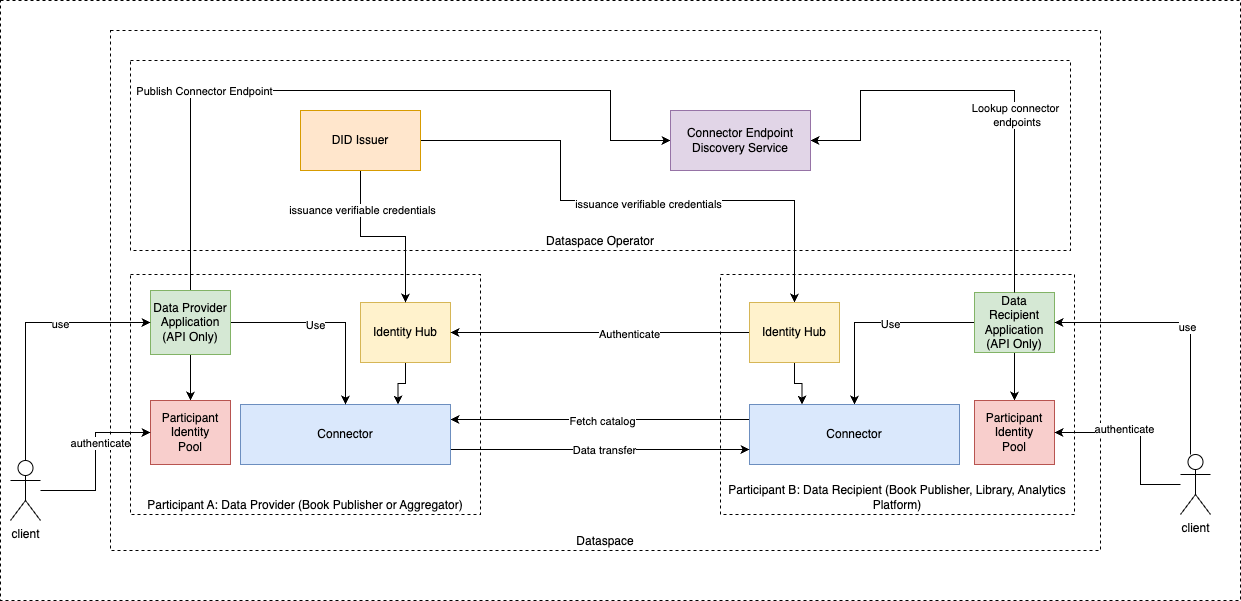
Before: docs/PoC-Proposal-architecture.png, a diagram exported from draw.io (OAEBUDT/oaebudt-dataspace). Source tidied: cells renumbered, new cells last; positions are measured from the earlier drawing's top-left corner, leaving out a move shared by most shapes.
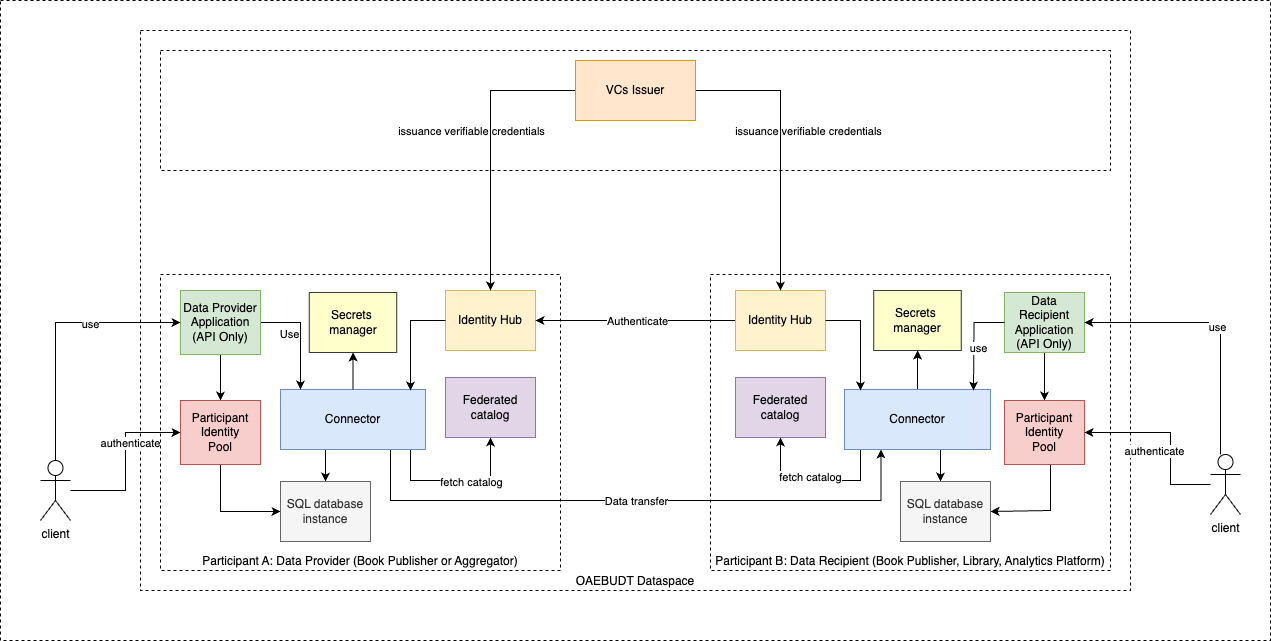
Later version of the same file.

Commit message:
docs: Add details to the proposal arch and remove details from the deployment arch.

Change to the diagram source:
```diff
@@ -3,144 +3,139 @@
     <mxCell id="0" />
     <mxCell id="1" parent="0" />
     <mxCell id="2" style="rounded=0;whiteSpace=wrap;html=1;dashed=1;" parent="1" vertex="1">
-      <mxGeometry width="1240" height="600" as="geometry" />
+      <mxGeometry x="-30" width="1270" height="640" as="geometry" />
     </mxCell>
-    <mxCell id="3" value="Dataspace" style="rounded=0;whiteSpace=wrap;html=1;verticalAlign=bottom;dashed=1;" parent="1" vertex="1">
-      <mxGeometry x="110" y="30" width="990" height="520" as="geometry" />
+    <mxCell id="3" value="OAEBUDT Dataspace" style="rounded=0;whiteSpace=wrap;html=1;verticalAlign=bottom;dashed=1;" parent="1" vertex="1">
+      <mxGeometry x="110" y="30" width="990" height="560" as="geometry" />
     </mxCell>
     <mxCell id="4" value="Participant B: Data Recipient (Book Publisher, Library, Analytics Platform)" style="rounded=0;whiteSpace=wrap;html=1;verticalAlign=bottom;dashed=1;" parent="1" vertex="1">
-      <mxGeometry x="720" y="274" width="354" height="240" as="geometry" />
+      <mxGeometry x="680" y="274" width="400" height="296" as="geometry" />
     </mxCell>
     <mxCell id="5" value="Participant A: Data Provider (Book Publisher or Aggregator)" style="rounded=0;whiteSpace=wrap;html=1;verticalAlign=bottom;dashed=1;" parent="1" vertex="1">
-      <mxGeometry x="130" y="274" width="350" height="240" as="geometry" />
+      <mxGeometry x="130" y="274" width="400" height="296" as="geometry" />
     </mxCell>
-    <mxCell id="6" value="Dataspace Operator" style="rounded=0;whiteSpace=wrap;html=1;verticalAlign=bottom;dashed=1;" parent="1" vertex="1">
-      <mxGeometry x="130" y="60" width="940" height="190" as="geometry" />
-    </mxCell>
-    <mxCell id="7" style="edgeStyle=orthogonalEdgeStyle;rounded=0;jettySize=auto;html=1;entryX=0.5;entryY=0;entryDx=0;entryDy=0;exitX=0;exitY=0.5;exitDx=0;exitDy=0;" parent="1" edge="1" source="12" target="15">
-      <mxGeometry relative="1" as="geometry" />
-    </mxCell>
-    <mxCell id="8" value="Use" style="edgeLabel;html=1;align=center;verticalAlign=middle;" parent="7" vertex="1">
-      <mxGeometry x="-0.16" y="1" relative="1" as="geometry" />
-    </mxCell>
-    <mxCell id="9" style="edgeStyle=orthogonalEdgeStyle;rounded=0;jettySize=auto;html=1;entryX=0;entryY=0.5;entryDx=0;entryDy=0;exitX=0.5;exitY=0;exitDx=0;exitDy=0;" parent="1" edge="1" source="24" target="27">
-      <mxGeometry relative="1" as="geometry">
-        <Array as="points">
-          <mxPoint x="190" y="90" />
-          <mxPoint x="610" y="90" />
-          <mxPoint x="610" y="140" />
-        </Array>
-      </mxGeometry>
-    </mxCell>
-    <mxCell id="10" value="Publish Connector Endpoint" style="edgeLabel;html=1;align=center;verticalAlign=middle;" parent="9" vertex="1">
-      <mxGeometry x="-0.15" y="-1" relative="1" as="geometry">
-        <mxPoint x="-97" y="-1" as="offset" />
-      </mxGeometry>
-    </mxCell>
     <mxCell id="11" style="edgeStyle=orthogonalEdgeStyle;rounded=0;jettySize=auto;html=1;" parent="1" edge="1" source="12" target="26">
       <mxGeometry relative="1" as="geometry" />
     </mxCell>
     <mxCell id="12" value="Data Recipient Application&lt;br&gt;(API Only)" style="rounded=0;whiteSpace=wrap;html=1;fillColor=#d5e8d4;strokeColor=#82b366;" parent="1" vertex="1">
       <mxGeometry x="974" y="292" width="80" height="60" as="geometry" />
     </mxCell>
-    <mxCell id="13" style="edgeStyle=orthogonalEdgeStyle;rounded=0;jettySize=auto;html=1;exitX=0;exitY=0.25;exitDx=0;exitDy=0;entryX=1;entryY=0.25;entryDx=0;entryDy=0;" parent="1" edge="1" source="15" target="18">
-      <mxGeometry relative="1" as="geometry" />
-    </mxCell>
-    <mxCell id="14" value="Fetch catalog" style="edgeLabel;html=1;align=center;verticalAlign=middle;" parent="13" vertex="1">
-      <mxGeometry x="0.09" y="4" relative="1" as="geometry">
-        <mxPoint x="14" y="-3" as="offset" />
-      </mxGeometry>
-    </mxCell>
+    <mxCell id="49" style="edgeStyle=orthogonalEdgeStyle;rounded=0;jettySize=auto;html=1;" parent="1" edge="1" source="15" target="62">
+      <mxGeometry relative="1" as="geometry">
+        <Array as="points">
+          <mxPoint x="910" y="470" />
+          <mxPoint x="910" y="470" />
+        </Array>
+      </mxGeometry>
+    </mxCell>
+    <mxCell id="50" style="edgeStyle=orthogonalEdgeStyle;rounded=0;jettySize=auto;html=1;" parent="1" edge="1" source="15" target="60">
+      <mxGeometry relative="1" as="geometry">
+        <Array as="points">
+          <mxPoint x="830" y="480" />
+          <mxPoint x="750" y="480" />
+        </Array>
+      </mxGeometry>
+    </mxCell>
+    <mxCell id="51" value="fetch catalog" style="edgeLabel;html=1;align=center;verticalAlign=middle;" parent="50" vertex="1">
+      <mxGeometry x="0.5" y="-1" relative="1" as="geometry">
+        <mxPoint x="28" as="offset" />
+      </mxGeometry>
+    </mxCell>
+    <mxCell id="52" style="edgeStyle=orthogonalEdgeStyle;rounded=0;jettySize=auto;html=1;" parent="1" edge="1" source="15" target="65">
+      <mxGeometry relative="1" as="geometry" />
+    </mxCell>
     <mxCell id="15" value="Connector" style="rounded=0;whiteSpace=wrap;html=1;fillColor=#dae8fc;strokeColor=#6c8ebf;" parent="1" vertex="1">
-      <mxGeometry x="749" y="404" width="210" height="60" as="geometry" />
+      <mxGeometry x="814" y="389" width="146" height="60" as="geometry" />
     </mxCell>
-    <mxCell id="16" style="edgeStyle=orthogonalEdgeStyle;rounded=0;jettySize=auto;html=1;entryX=0;entryY=0.75;entryDx=0;entryDy=0;exitX=1;exitY=0.75;exitDx=0;exitDy=0;" parent="1" edge="1" source="18" target="15">
-      <mxGeometry relative="1" as="geometry" />
+    <mxCell id="16" style="edgeStyle=orthogonalEdgeStyle;rounded=0;jettySize=auto;html=1;entryX=0.25;entryY=1;entryDx=0;entryDy=0;exitX=0.5;exitY=1;exitDx=0;exitDy=0;" parent="1" edge="1" source="18" target="15">
+      <mxGeometry relative="1" as="geometry">
+        <Array as="points">
+          <mxPoint x="360" y="424" />
+          <mxPoint x="360" y="500" />
+          <mxPoint x="851" y="500" />
+          <mxPoint x="851" y="470" />
+        </Array>
+      </mxGeometry>
     </mxCell>
     <mxCell id="17" value="Data transfer" style="edgeLabel;html=1;align=center;verticalAlign=middle;" parent="16" vertex="1">
       <mxGeometry x="-0.14" y="1" relative="1" as="geometry">
-        <mxPoint x="25" y="1" as="offset" />
+        <mxPoint x="93" y="1" as="offset" />
       </mxGeometry>
     </mxCell>
+    <mxCell id="53" style="edgeStyle=orthogonalEdgeStyle;rounded=0;jettySize=auto;html=1;entryX=0.5;entryY=1;entryDx=0;entryDy=0;" parent="1" edge="1" source="18" target="59">
+      <mxGeometry relative="1" as="geometry">
+        <Array as="points">
+          <mxPoint x="380" y="480" />
+          <mxPoint x="460" y="480" />
+        </Array>
+      </mxGeometry>
+    </mxCell>
+    <mxCell id="54" value="fetch catalog" style="edgeLabel;html=1;align=center;verticalAlign=middle;" parent="53" vertex="1">
+      <mxGeometry x="0.18" y="-1" relative="1" as="geometry" />
+    </mxCell>
+    <mxCell id="55" style="edgeStyle=orthogonalEdgeStyle;rounded=0;jettySize=auto;html=1;entryX=0.5;entryY=0;entryDx=0;entryDy=0;" parent="1" edge="1" source="18" target="61">
+      <mxGeometry relative="1" as="geometry">
+        <Array as="points">
+          <mxPoint x="295" y="430" />
+          <mxPoint x="295" y="430" />
+        </Array>
+      </mxGeometry>
+    </mxCell>
     <mxCell id="18" value="Connector" style="rounded=0;whiteSpace=wrap;html=1;fillColor=#dae8fc;strokeColor=#6c8ebf;" parent="1" vertex="1">
-      <mxGeometry x="240" y="404" width="210" height="60" as="geometry" />
+      <mxGeometry x="250" y="389" width="145" height="60" as="geometry" />
     </mxCell>
     <mxCell id="19" style="edgeStyle=orthogonalEdgeStyle;rounded=0;jettySize=auto;html=1;" parent="1" edge="1" source="24" target="18">
-      <mxGeometry relative="1" as="geometry" />
+      <mxGeometry relative="1" as="geometry">
+        <Array as="points">
+          <mxPoint x="270" y="322" />
+        </Array>
+      </mxGeometry>
     </mxCell>
     <mxCell id="20" value="Use" style="edgeLabel;html=1;align=center;verticalAlign=middle;" parent="19" vertex="1">
       <mxGeometry x="-0.05" y="-2" relative="1" as="geometry">
         <mxPoint x="-10" as="offset" />
       </mxGeometry>
     </mxCell>
-    <mxCell id="21" style="edgeStyle=orthogonalEdgeStyle;rounded=0;jettySize=auto;html=1;entryX=1;entryY=0.5;entryDx=0;entryDy=0;exitX=0.5;exitY=0;exitDx=0;exitDy=0;" parent="1" edge="1" source="12" target="27">
-      <mxGeometry relative="1" as="geometry">
-        <Array as="points">
-          <mxPoint x="1014" y="90" />
-          <mxPoint x="860" y="90" />
-          <mxPoint x="860" y="140" />
-        </Array>
-      </mxGeometry>
-    </mxCell>
-    <mxCell id="22" value="Lookup connector&lt;br&gt;&amp;nbsp;endpoints" style="edgeLabel;html=1;align=center;verticalAlign=middle;" parent="21" vertex="1">
-      <mxGeometry x="-0.39" y="1" relative="1" as="geometry">
-        <mxPoint x="1" y="-39" as="offset" />
-      </mxGeometry>
-    </mxCell>
     <mxCell id="23" style="edgeStyle=orthogonalEdgeStyle;rounded=0;jettySize=auto;html=1;entryX=0.5;entryY=0;entryDx=0;entryDy=0;" parent="1" edge="1" source="24" target="25">
       <mxGeometry relative="1" as="geometry" />
     </mxCell>
     <mxCell id="24" value="Data Provider Application&lt;br&gt;(API Only)" style="rounded=0;whiteSpace=wrap;html=1;fillColor=#d5e8d4;strokeColor=#82b366;" parent="1" vertex="1">
       <mxGeometry x="150" y="290" width="80" height="64" as="geometry" />
     </mxCell>
+    <mxCell id="56" style="edgeStyle=orthogonalEdgeStyle;rounded=0;jettySize=auto;html=1;" parent="1" edge="1" source="25" target="61">
+      <mxGeometry relative="1" as="geometry">
+        <Array as="points">
+          <mxPoint x="190" y="511" />
+        </Array>
+      </mxGeometry>
+    </mxCell>
     <mxCell id="25" value="Participant&lt;br&gt;Identity&lt;br&gt;Pool" style="rounded=0;whiteSpace=wrap;html=1;fillColor=#f8cecc;strokeColor=#b85450;" parent="1" vertex="1">
       <mxGeometry x="150" y="400" width="80" height="64" as="geometry" />
     </mxCell>
+    <mxCell id="57" style="edgeStyle=orthogonalEdgeStyle;rounded=0;jettySize=auto;html=1;entryX=1;entryY=0.5;entryDx=0;entryDy=0;" parent="1" edge="1" source="26" target="62">
+      <mxGeometry relative="1" as="geometry">
+        <Array as="points">
+          <mxPoint x="1020" y="510" />
+        </Array>
+      </mxGeometry>
+    </mxCell>
     <mxCell id="26" value="Participant&lt;br&gt;Identity&lt;br&gt;Pool" style="rounded=0;whiteSpace=wrap;html=1;fillColor=#f8cecc;strokeColor=#b85450;" parent="1" vertex="1">
       <mxGeometry x="974" y="400" width="80" height="64" as="geometry" />
     </mxCell>
-    <mxCell id="27" value="Connector Endpoint Discovery Service" style="rounded=0;whiteSpace=wrap;html=1;fillColor=#e1d5e7;strokeColor=#9673a6;" parent="1" vertex="1">
-      <mxGeometry x="670" y="110" width="140" height="60" as="geometry" />
-    </mxCell>
-    <mxCell id="28" style="edgeStyle=orthogonalEdgeStyle;rounded=0;jettySize=auto;html=1;entryX=0.75;entryY=0;entryDx=0;entryDy=0;" parent="1" edge="1" source="29" target="18">
-      <mxGeometry relative="1" as="geometry" />
-    </mxCell>
     <mxCell id="29" value="Identity Hub" style="rounded=0;whiteSpace=wrap;html=1;fillColor=#fff2cc;strokeColor=#d6b656;" parent="1" vertex="1">
-      <mxGeometry x="360" y="302" width="90" height="60" as="geometry" />
+      <mxGeometry x="415" y="290" width="90" height="60" as="geometry" />
     </mxCell>
     <mxCell id="30" style="edgeStyle=orthogonalEdgeStyle;rounded=0;jettySize=auto;html=1;" parent="1" edge="1" source="35" target="29">
       <mxGeometry relative="1" as="geometry" />
     </mxCell>
     <mxCell id="31" value="Authenticate" style="edgeLabel;html=1;align=center;verticalAlign=middle;" parent="30" vertex="1">
-      <mxGeometry x="-0.19" y="1" relative="1" as="geometry" />
+      <mxGeometry x="-0.19" y="1" relative="1" as="geometry">
+        <mxPoint x="-18" y="-1" as="offset" />
+      </mxGeometry>
     </mxCell>
-    <mxCell id="32" style="edgeStyle=orthogonalEdgeStyle;rounded=0;jettySize=auto;html=1;entryX=0.25;entryY=0;entryDx=0;entryDy=0;" parent="1" edge="1" source="35" target="15">
-      <mxGeometry relative="1" as="geometry" />
-    </mxCell>
-    <mxCell id="33" style="edgeStyle=orthogonalEdgeStyle;rounded=0;jettySize=auto;html=1;entryX=1;entryY=0.5;entryDx=0;entryDy=0;startArrow=classic;startFill=1;endArrow=none;" parent="1" edge="1" source="35" target="38">
-      <mxGeometry relative="1" as="geometry">
-        <Array as="points">
-          <mxPoint x="794" y="200" />
-          <mxPoint x="560" y="200" />
-          <mxPoint x="560" y="140" />
-        </Array>
-      </mxGeometry>
-    </mxCell>
-    <mxCell id="34" value="issuance&amp;nbsp;verifiable credentials" style="edgeLabel;html=1;align=center;verticalAlign=middle;" parent="33" vertex="1">
-      <mxGeometry x="-0.07" y="3" relative="1" as="geometry" />
-    </mxCell>
     <mxCell id="35" value="Identity Hub" style="rounded=0;whiteSpace=wrap;html=1;fillColor=#fff2cc;strokeColor=#d6b656;" parent="1" vertex="1">
-      <mxGeometry x="749" y="302" width="90" height="60" as="geometry" />
+      <mxGeometry x="705" y="290" width="90" height="60" as="geometry" />
     </mxCell>
-    <mxCell id="36" style="edgeStyle=orthogonalEdgeStyle;rounded=0;jettySize=auto;html=1;entryX=0.5;entryY=0;entryDx=0;entryDy=0;" parent="1" edge="1" source="38" target="29">
-      <mxGeometry relative="1" as="geometry" />
-    </mxCell>
-    <mxCell id="37" value="issuance&amp;nbsp;verifiable credentials" style="edgeLabel;html=1;align=center;verticalAlign=middle;" parent="36" vertex="1">
-      <mxGeometry x="-0.56" y="1" relative="1" as="geometry" />
-    </mxCell>
-    <mxCell id="38" value="DID Issuer" style="rounded=0;whiteSpace=wrap;html=1;fillColor=#ffe6cc;strokeColor=#d79b00;" parent="1" vertex="1">
-      <mxGeometry x="300" y="110" width="120" height="60" as="geometry" />
-    </mxCell>
     <mxCell id="39" style="edgeStyle=orthogonalEdgeStyle;rounded=0;jettySize=auto;html=1;entryX=0;entryY=0.5;entryDx=0;entryDy=0;" parent="1" edge="1" source="41" target="24">
       <mxGeometry relative="1" as="geometry">
         <Array as="points">
@@ -173,6 +168,9 @@
     <mxCell id="46" value="client" style="shape=umlActor;verticalLabelPosition=bottom;verticalAlign=top;html=1;outlineConnect=0;" parent="1" vertex="1">
       <mxGeometry x="1180" y="454" width="30" height="60" as="geometry" />
     </mxCell>
+    <mxCell id="58" style="rounded=0;whiteSpace=wrap;html=1;dashed=1;" parent="1" vertex="1">
+      <mxGeometry x="130" y="50" width="950" height="120" as="geometry" />
+    </mxCell>
     <mxCell id="47" style="edgeStyle=orthogonalEdgeStyle;rounded=0;jettySize=auto;html=1;entryX=1;entryY=0.5;entryDx=0;entryDy=0;" parent="1" edge="1" source="46" target="26">
       <mxGeometry relative="1" as="geometry">
         <Array as="points">
@@ -182,7 +180,65 @@
       </mxGeometry>
     </mxCell>
     <mxCell id="48" value="authenticate" style="edgeLabel;html=1;align=center;verticalAlign=middle;" parent="47" vertex="1">
-      <mxGeometry x="0.23" y="-4" relative="1" as="geometry" />
+      <mxGeometry x="0.23" y="-4" relative="1" as="geometry">
+        <mxPoint y="22" as="offset" />
+      </mxGeometry>
     </mxCell>
+    <mxCell id="59" value="&lt;span style=&quot;text-wrap-mode: nowrap;&quot;&gt;Federated&lt;/span&gt;&lt;div&gt;&lt;span style=&quot;text-wrap-mode: nowrap;&quot;&gt;catalog&lt;/span&gt;&lt;/div&gt;" style="rounded=0;whiteSpace=wrap;html=1;fillColor=#e1d5e7;strokeColor=#9673a6;" parent="1" vertex="1">
+      <mxGeometry x="415" y="377" width="90" height="60" as="geometry" />
+    </mxCell>
+    <mxCell id="37" value="issuance&amp;nbsp;verifiable credentials" style="edgeLabel;html=1;align=center;verticalAlign=middle;" parent="1" vertex="1">
+      <mxGeometry x="777" y="130" as="geometry" />
+    </mxCell>
+    <mxCell id="33" style="edgeStyle=orthogonalEdgeStyle;rounded=0;jettySize=auto;html=1;entryX=1;entryY=0.5;entryDx=0;entryDy=0;startArrow=classic;startFill=1;endArrow=none;" parent="1" edge="1" source="35" target="38">
+      <mxGeometry relative="1" as="geometry">
+        <Array as="points">
+          <mxPoint x="750" y="90" />
+        </Array>
+      </mxGeometry>
+    </mxCell>
+    <mxCell id="34" value="issuance&amp;nbsp;verifiable credentials" style="edgeLabel;html=1;align=center;verticalAlign=middle;" parent="33" vertex="1">
+      <mxGeometry x="-0.07" y="3" relative="1" as="geometry">
+        <mxPoint x="-307" y="-28" as="offset" />
+      </mxGeometry>
+    </mxCell>
+    <mxCell id="36" style="edgeStyle=orthogonalEdgeStyle;rounded=0;jettySize=auto;html=1;entryX=0.5;entryY=0;entryDx=0;entryDy=0;" parent="1" edge="1" source="38" target="29">
+      <mxGeometry relative="1" as="geometry" />
+    </mxCell>
+    <mxCell id="38" value="VCs Issuer" style="rounded=0;whiteSpace=wrap;html=1;fillColor=#ffe6cc;strokeColor=#d79b00;" parent="1" vertex="1">
+      <mxGeometry x="545" y="60" width="120" height="60" as="geometry" />
+    </mxCell>
+    <mxCell id="60" value="&lt;span style=&quot;text-wrap-mode: nowrap;&quot;&gt;Federated&lt;/span&gt;&lt;div&gt;&lt;span style=&quot;text-wrap-mode: nowrap;&quot;&gt;catalog&lt;/span&gt;&lt;/div&gt;" style="rounded=0;whiteSpace=wrap;html=1;fillColor=#e1d5e7;strokeColor=#9673a6;" parent="1" vertex="1">
+      <mxGeometry x="705" y="377" width="90" height="60" as="geometry" />
+    </mxCell>
+    <mxCell id="61" value="SQL database&lt;div&gt;instance&lt;/div&gt;" style="rounded=0;whiteSpace=wrap;html=1;fillColor=#f5f5f5;fontColor=#333333;strokeColor=#666666;" parent="1" vertex="1">
+      <mxGeometry x="250" y="481" width="90" height="60" as="geometry" />
+    </mxCell>
+    <mxCell id="62" value="SQL database&lt;div&gt;instance&lt;/div&gt;" style="rounded=0;whiteSpace=wrap;html=1;fillColor=#f5f5f5;fontColor=#333333;strokeColor=#666666;" parent="1" vertex="1">
+      <mxGeometry x="870" y="481" width="90" height="60" as="geometry" />
+    </mxCell>
+    <mxCell id="63" style="edgeStyle=orthogonalEdgeStyle;rounded=0;jettySize=auto;html=1;entryX=0.5;entryY=0;entryDx=0;entryDy=0;startArrow=classic;startFill=1;endArrow=none;" parent="1" edge="1" source="64" target="18">
+      <mxGeometry relative="1" as="geometry" />
+    </mxCell>
+    <mxCell id="64" value="Secrets&amp;nbsp;&lt;div&gt;manager&lt;/div&gt;" style="rounded=0;whiteSpace=wrap;html=1;fillColor=#FFFFCC;strokeColor=#36393d;" parent="1" vertex="1">
+      <mxGeometry x="278.8" y="292" width="87.5" height="60" as="geometry" />
+    </mxCell>
+    <mxCell id="28" style="edgeStyle=orthogonalEdgeStyle;rounded=0;jettySize=auto;html=1;entryX=0.897;entryY=0.017;entryDx=0;entryDy=0;entryPerimeter=0;" parent="1" edge="1" source="29" target="18">
+      <mxGeometry relative="1" as="geometry" />
+    </mxCell>
+    <mxCell id="65" value="Secrets&amp;nbsp;&lt;div&gt;manager&lt;/div&gt;" style="rounded=0;whiteSpace=wrap;html=1;fillColor=#FFFFCC;strokeColor=#36393d;" parent="1" vertex="1">
+      <mxGeometry x="843.2" y="290" width="87.5" height="60" as="geometry" />
+    </mxCell>
+    <mxCell id="66" style="edgeStyle=orthogonalEdgeStyle;rounded=0;jettySize=auto;html=1;" parent="1" edge="1" source="12">
+      <mxGeometry relative="1" as="geometry">
+        <mxPoint x="943" y="390" as="targetPoint" />
+      </mxGeometry>
+    </mxCell>
+    <mxCell id="67" value="use" style="edgeLabel;html=1;align=center;verticalAlign=middle;" parent="66" vertex="1">
+      <mxGeometry x="0.14" y="4" relative="1" as="geometry" />
+    </mxCell>
+    <mxCell id="32" style="edgeStyle=orthogonalEdgeStyle;rounded=0;jettySize=auto;html=1;entryX=0.11;entryY=0.017;entryDx=0;entryDy=0;entryPerimeter=0;" parent="1" edge="1" source="35" target="15">
+      <mxGeometry relative="1" as="geometry" />
+    </mxCell>
   </root>
 </mxGraphModel>
```
